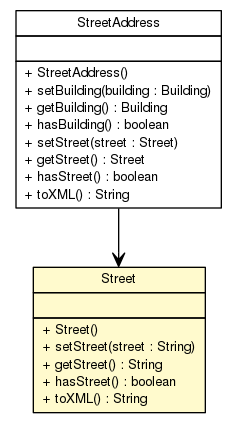
The Graphviz diagram apidocs/nl/geozet/openls/databinding/openls/Street.png in geozet/openls-databinding, before a commit. Its source is kept beside it as apidocs/nl/geozet/openls/databinding/openls/Street.dot.
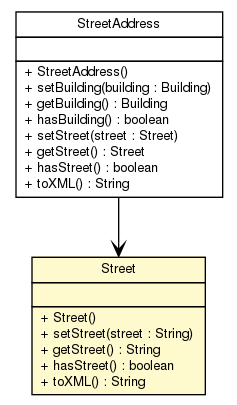
Later version of the same file.

Diff of the diagram source:
```diff
@@ -4,22 +4,7 @@
 	node [fontname="Helvetica",fontsize=10,shape=plaintext];
 	nodesep=0.25;
 	ranksep=0.5;
-	c336 [label=<<table title="nl.geozet.openls.databinding.openls.Street" border="0" cellborder="1" cellspacing="0" cellpadding="2" port="p" bgcolor="lemonChiffon" href="./Street.html">
-		<tr><td><table border="0" cellspacing="0" cellpadding="1">
-<tr><td align="center" balign="center"> Street </td></tr>
-		</table></td></tr>
-		<tr><td><table border="0" cellspacing="0" cellpadding="1">
-<tr><td align="left" balign="left">  </td></tr>
-		</table></td></tr>
-		<tr><td><table border="0" cellspacing="0" cellpadding="1">
-<tr><td align="left" balign="left"> + Street() </td></tr>
-<tr><td align="left" balign="left"> + setStreet(street : String) </td></tr>
-<tr><td align="left" balign="left"> + getStreet() : String </td></tr>
-<tr><td align="left" balign="left"> + hasStreet() : boolean </td></tr>
-<tr><td align="left" balign="left"> + toXML() : String </td></tr>
-		</table></td></tr>
-		</table>>, URL="./Street.html", fontname="Helvetica", fontcolor="black", fontsize=10.0];
-	c339 [label=<<table title="nl.geozet.openls.databinding.openls.StreetAddress" border="0" cellborder="1" cellspacing="0" cellpadding="2" port="p" href="./StreetAddress.html">
+	c335 [label=<<table title="nl.geozet.openls.databinding.openls.StreetAddress" border="0" cellborder="1" cellspacing="0" cellpadding="2" port="p" href="./StreetAddress.html">
 		<tr><td><table border="0" cellspacing="0" cellpadding="1">
 <tr><td align="center" balign="center"> StreetAddress </td></tr>
 		</table></td></tr>
@@ -37,5 +22,20 @@
 <tr><td align="left" balign="left"> + toXML() : String </td></tr>
 		</table></td></tr>
 		</table>>, URL="./StreetAddress.html", fontname="Helvetica", fontcolor="black", fontsize=10.0];
-	c339:p -> c336:p [taillabel="", label="", headlabel="", fontname="Helvetica", fontcolor="black", fontsize=10.0, color="black", arrowhead=open];
+	c336 [label=<<table title="nl.geozet.openls.databinding.openls.Street" border="0" cellborder="1" cellspacing="0" cellpadding="2" port="p" bgcolor="lemonChiffon" href="./Street.html">
+		<tr><td><table border="0" cellspacing="0" cellpadding="1">
+<tr><td align="center" balign="center"> Street </td></tr>
+		</table></td></tr>
+		<tr><td><table border="0" cellspacing="0" cellpadding="1">
+<tr><td align="left" balign="left">  </td></tr>
+		</table></td></tr>
+		<tr><td><table border="0" cellspacing="0" cellpadding="1">
+<tr><td align="left" balign="left"> + Street() </td></tr>
+<tr><td align="left" balign="left"> + setStreet(street : String) </td></tr>
+<tr><td align="left" balign="left"> + getStreet() : String </td></tr>
+<tr><td align="left" balign="left"> + hasStreet() : boolean </td></tr>
+<tr><td align="left" balign="left"> + toXML() : String </td></tr>
+		</table></td></tr>
+		</table>>, URL="./Street.html", fontname="Helvetica", fontcolor="black", fontsize=10.0];
+	c335:p -> c336:p [taillabel="", label="", headlabel="", fontname="Helvetica", fontcolor="black", fontsize=10.0, color="black", arrowhead=open];
 }
```
